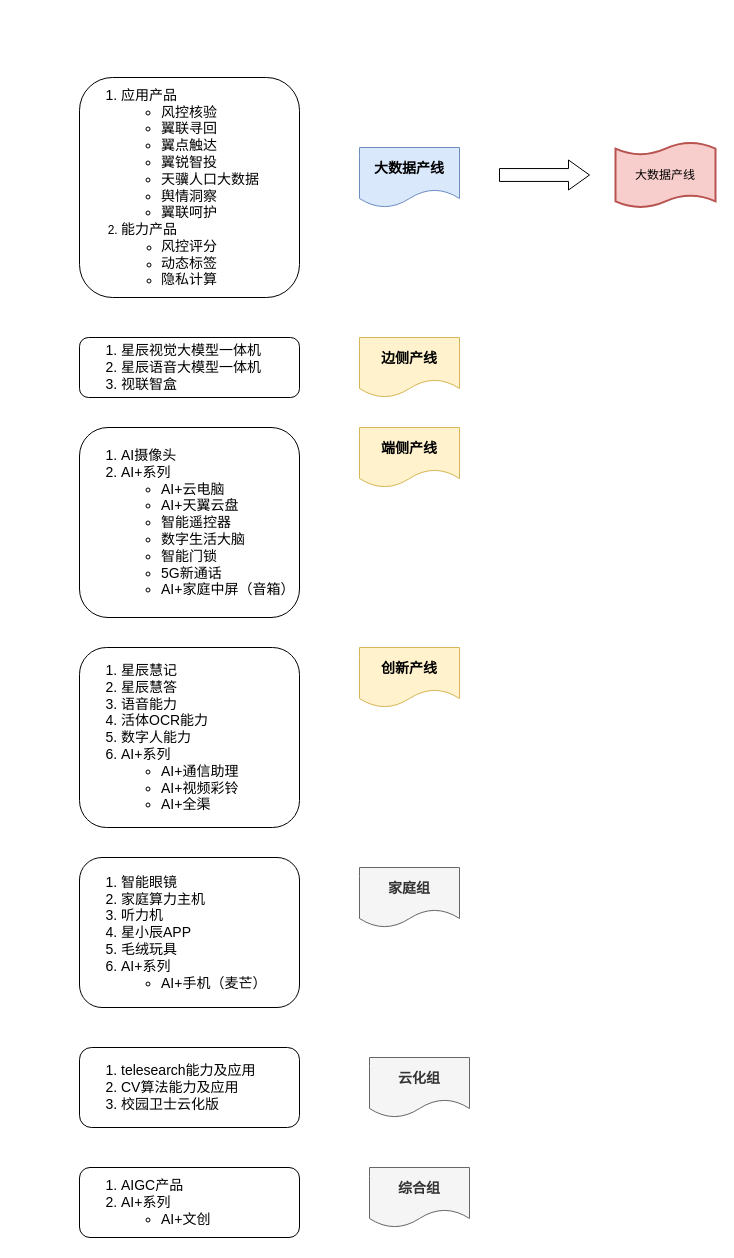
The draw.io diagram 产线产品对应.drawio in JQLIANG77/drowio, before the edit. Source tidied: cells renumbered, new cells numbered last; positions are measured from the earlier drawing's top-left corner, leaving out a move shared by most shapes. Both pictures are drawn from the tidied source at 100%, with x=0, y=0 at pixel (79, 77).
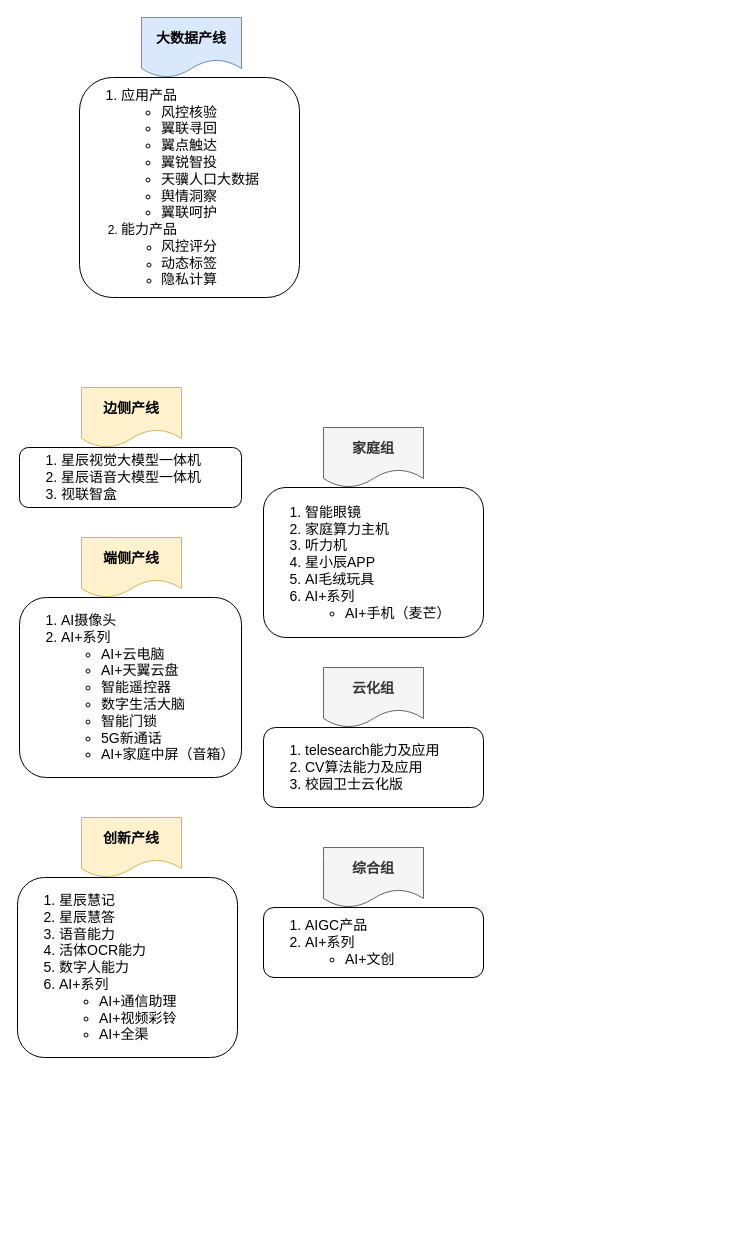
The same diagram, later.

Commit message:
更新产线产品对应.drawio

Diff of the diagram source:
```diff
@@
 <mxGraphModel>
   <root>
     <mxCell id="0" />
     <mxCell id="1" parent="0" />
     <mxCell id="2" value="&lt;font style=&quot;font-size: 14px;&quot;&gt;&lt;b&gt;边侧产线&lt;/b&gt;&lt;/font&gt;" style="shape=document;whiteSpace=wrap;html=1;boundedLbl=1;fillColor=#fff2cc;strokeColor=#d6b656;" parent="1" vertex="1">
-      <mxGeometry x="280" y="260" width="100" height="60" as="geometry" />
+      <mxGeometry x="2" y="310" width="100" height="60" as="geometry" />
     </mxCell>
     <mxCell id="3" value="&lt;ol style=&quot;font-size: 14px;&quot;&gt;&lt;li&gt;星辰视觉大模型一体机&lt;/li&gt;&lt;li&gt;星辰语音大模型一体机&lt;/li&gt;&lt;li&gt;视联智盒&lt;/li&gt;&lt;/ol&gt;" style="rounded=1;whiteSpace=wrap;html=1;align=left;" parent="1" vertex="1">
-      <mxGeometry y="260" width="220" height="60" as="geometry" />
+      <mxGeometry x="-60" y="370" width="222" height="60" as="geometry" />
     </mxCell>
     <mxCell id="4" value="&lt;font style=&quot;font-size: 14px;&quot;&gt;&lt;b&gt;端侧产线&lt;/b&gt;&lt;/font&gt;" style="shape=document;whiteSpace=wrap;html=1;boundedLbl=1;fillColor=#fff2cc;strokeColor=#d6b656;" parent="1" vertex="1">
-      <mxGeometry x="280" y="350" width="100" height="60" as="geometry" />
+      <mxGeometry x="2" y="460" width="100" height="60" as="geometry" />
     </mxCell>
     <mxCell id="5" value="&lt;ol style=&quot;font-size: 14px;&quot;&gt;&lt;li style=&quot;&quot;&gt;AI摄像头&lt;/li&gt;&lt;li style=&quot;&quot;&gt;AI+系列&lt;/li&gt;&lt;ul&gt;&lt;li style=&quot;&quot;&gt;&lt;span style=&quot;&quot;&gt;AI+云电脑&lt;/span&gt;&lt;/li&gt;&lt;li style=&quot;&quot;&gt;&lt;span style=&quot;&quot;&gt;AI+天翼云盘&lt;/span&gt;&lt;/li&gt;&lt;li style=&quot;&quot;&gt;&lt;span style=&quot;&quot;&gt;智能遥控器&lt;/span&gt;&lt;/li&gt;&lt;li style=&quot;&quot;&gt;&lt;span style=&quot;&quot;&gt;数字生活大脑&lt;/span&gt;&lt;/li&gt;&lt;li style=&quot;&quot;&gt;&lt;span style=&quot;&quot;&gt;智能门锁&lt;/span&gt;&lt;/li&gt;&lt;li style=&quot;&quot;&gt;&lt;span style=&quot;&quot;&gt;5G新通话&lt;/span&gt;&lt;/li&gt;&lt;li style=&quot;&quot;&gt;&lt;span style=&quot;&quot;&gt;AI+家庭中屏（音箱）&lt;/span&gt;&lt;/li&gt;&lt;/ul&gt;&lt;/ol&gt;" style="rounded=1;whiteSpace=wrap;html=1;align=left;" parent="1" vertex="1">
-      <mxGeometry y="350" width="220" height="190" as="geometry" />
+      <mxGeometry x="-60" y="520" width="222" height="180" as="geometry" />
     </mxCell>
     <mxCell id="6" value="&lt;font style=&quot;font-size: 14px;&quot;&gt;&lt;b&gt;创新产线&lt;/b&gt;&lt;/font&gt;" style="shape=document;whiteSpace=wrap;html=1;boundedLbl=1;fillColor=#fff2cc;strokeColor=#d6b656;" parent="1" vertex="1">
-      <mxGeometry x="280" y="570" width="100" height="60" as="geometry" />
+      <mxGeometry x="2" y="740" width="100" height="60" as="geometry" />
     </mxCell>
     <mxCell id="7" value="&lt;ol style=&quot;font-size: 14px;&quot;&gt;&lt;li&gt;星辰慧记&lt;/li&gt;&lt;li&gt;星辰慧答&lt;/li&gt;&lt;li&gt;语音能力&lt;/li&gt;&lt;li&gt;活体OCR能力&lt;/li&gt;&lt;li&gt;数字人能力&lt;/li&gt;&lt;li&gt;AI+系列&lt;/li&gt;&lt;ul&gt;&lt;li&gt;AI+通信助理&lt;/li&gt;&lt;li&gt;AI+视频彩铃&lt;/li&gt;&lt;li&gt;AI+全渠&lt;/li&gt;&lt;/ul&gt;&lt;/ol&gt;" style="rounded=1;whiteSpace=wrap;html=1;align=left;" parent="1" vertex="1">
-      <mxGeometry y="570" width="220" height="180" as="geometry" />
+      <mxGeometry x="-62" y="800" width="220" height="180" as="geometry" />
     </mxCell>
     <mxCell id="8" value="&lt;font style=&quot;font-size: 14px;&quot;&gt;&lt;b&gt;家庭组&lt;/b&gt;&lt;/font&gt;" style="shape=document;whiteSpace=wrap;html=1;boundedLbl=1;fillColor=#f5f5f5;fontColor=#333333;strokeColor=#666666;" parent="1" vertex="1">
-      <mxGeometry x="280" y="790" width="100" height="60" as="geometry" />
+      <mxGeometry x="244" y="350" width="100" height="60" as="geometry" />
     </mxCell>
-    <mxCell id="9" value="&lt;ol style=&quot;font-size: 14px;&quot;&gt;&lt;li&gt;智能眼镜&lt;/li&gt;&lt;li&gt;家庭算力主机&lt;/li&gt;&lt;li&gt;听力机&lt;/li&gt;&lt;li&gt;星小辰APP&lt;/li&gt;&lt;li&gt;毛绒玩具&lt;/li&gt;&lt;li&gt;AI+系列&lt;/li&gt;&lt;ul&gt;&lt;li&gt;AI+手机（麦芒）&lt;/li&gt;&lt;/ul&gt;&lt;/ol&gt;" style="rounded=1;whiteSpace=wrap;html=1;align=left;" parent="1" vertex="1">
-      <mxGeometry y="780" width="220" height="150" as="geometry" />
+    <mxCell id="9" value="&lt;ol style=&quot;font-size: 14px;&quot;&gt;&lt;li&gt;智能眼镜&lt;/li&gt;&lt;li&gt;家庭算力主机&lt;/li&gt;&lt;li&gt;听力机&lt;/li&gt;&lt;li&gt;星小辰APP&lt;/li&gt;&lt;li&gt;AI毛绒玩具&lt;/li&gt;&lt;li&gt;AI+系列&lt;/li&gt;&lt;ul&gt;&lt;li&gt;AI+手机（麦芒）&lt;/li&gt;&lt;/ul&gt;&lt;/ol&gt;" style="rounded=1;whiteSpace=wrap;html=1;align=left;" parent="1" vertex="1">
+      <mxGeometry x="184" y="410" width="220" height="150" as="geometry" />
     </mxCell>
     <mxCell id="10" value="&lt;font style=&quot;font-size: 14px;&quot;&gt;&lt;b&gt;综合组&lt;/b&gt;&lt;/font&gt;" style="shape=document;whiteSpace=wrap;html=1;boundedLbl=1;fillColor=#f5f5f5;fontColor=#333333;strokeColor=#666666;" parent="1" vertex="1">
-      <mxGeometry x="290" y="1090" width="100" height="60" as="geometry" />
+      <mxGeometry x="244" y="770" width="100" height="60" as="geometry" />
     </mxCell>
     <mxCell id="11" value="&lt;ol style=&quot;font-size: 14px;&quot;&gt;&lt;li&gt;telesearch能力及应用&lt;/li&gt;&lt;li&gt;CV算法能力及应用&lt;/li&gt;&lt;li&gt;校园卫士云化版&lt;/li&gt;&lt;/ol&gt;" style="rounded=1;whiteSpace=wrap;html=1;align=left;" parent="1" vertex="1">
-      <mxGeometry y="970" width="220" height="80" as="geometry" />
+      <mxGeometry x="184" y="650" width="220" height="80" as="geometry" />
     </mxCell>
     <mxCell id="12" value="&lt;font style=&quot;font-size: 14px;&quot;&gt;&lt;b&gt;云化组&lt;/b&gt;&lt;/font&gt;" style="shape=document;whiteSpace=wrap;html=1;boundedLbl=1;fillColor=#f5f5f5;fontColor=#333333;strokeColor=#666666;" parent="1" vertex="1">
-      <mxGeometry x="290" y="980" width="100" height="60" as="geometry" />
+      <mxGeometry x="244" y="590" width="100" height="60" as="geometry" />
     </mxCell>
     <mxCell id="13" value="&lt;ol style=&quot;font-size: 14px;&quot;&gt;&lt;li&gt;AIGC产品&lt;/li&gt;&lt;li&gt;AI+系列&lt;/li&gt;&lt;ul&gt;&lt;li&gt;AI+文创&lt;/li&gt;&lt;/ul&gt;&lt;/ol&gt;" style="rounded=1;whiteSpace=wrap;html=1;align=left;" parent="1" vertex="1">
-      <mxGeometry y="1090" width="220" height="70" as="geometry" />
+      <mxGeometry x="184" y="830" width="220" height="70" as="geometry" />
     </mxCell>
     <mxCell id="14" value="&lt;font style=&quot;font-size: 14px;&quot;&gt;&lt;b&gt;大数据产线&lt;/b&gt;&lt;/font&gt;" style="shape=document;whiteSpace=wrap;html=1;boundedLbl=1;fillColor=#dae8fc;strokeColor=#6c8ebf;" parent="1" vertex="1">
-      <mxGeometry x="280" y="70" width="100" height="60" as="geometry" />
+      <mxGeometry x="62" y="-60" width="100" height="60" as="geometry" />
     </mxCell>
     <mxCell id="15" value="&lt;ol style=&quot;&quot;&gt;&lt;li style=&quot;font-size: 14px;&quot;&gt;应用产品&lt;/li&gt;&lt;ul style=&quot;font-size: 14px;&quot;&gt;&lt;li&gt;风控核验&lt;/li&gt;&lt;li&gt;翼联寻回&lt;/li&gt;&lt;li&gt;翼点触达&lt;/li&gt;&lt;li&gt;翼锐智投&lt;/li&gt;&lt;li&gt;天骥人口大数据&lt;/li&gt;&lt;li&gt;舆情洞察&lt;/li&gt;&lt;li&gt;翼联呵护&lt;/li&gt;&lt;/ul&gt;&lt;li style=&quot;&quot;&gt;&lt;span style=&quot;font-size: 14px;&quot;&gt;能力产品&lt;/span&gt;&lt;/li&gt;&lt;ul&gt;&lt;li style=&quot;&quot;&gt;&lt;span style=&quot;font-size: 14px;&quot;&gt;风控评分&lt;/span&gt;&lt;/li&gt;&lt;li style=&quot;&quot;&gt;&lt;span style=&quot;font-size: 14px;&quot;&gt;动态标签&lt;/span&gt;&lt;/li&gt;&lt;li style=&quot;&quot;&gt;&lt;span style=&quot;font-size: 14px;&quot;&gt;隐私计算&lt;/span&gt;&lt;/li&gt;&lt;/ul&gt;&lt;/ol&gt;" style="rounded=1;whiteSpace=wrap;html=1;align=left;" parent="1" vertex="1">
       <mxGeometry width="220" height="220" as="geometry" />
     </mxCell>
-    <mxCell id="16" value="大数据产线" style="shape=tape;whiteSpace=wrap;html=1;strokeWidth=2;size=0.19;fillColor=#f8cecc;strokeColor=#b85450;" parent="1" vertex="1">
-      <mxGeometry x="536" y="65" width="100" height="65" as="geometry" />
-    </mxCell>
-    <mxCell id="17" style="html=1;shadow=0;dashed=0;align=center;verticalAlign=middle;shape=mxgraph.arrows2.arrow;dy=0.57;dx=21;notch=0;" parent="1" vertex="1">
-      <mxGeometry x="420" y="82.5" width="90" height="30" as="geometry" />
-    </mxCell>
   </root>
 </mxGraphModel>
```
